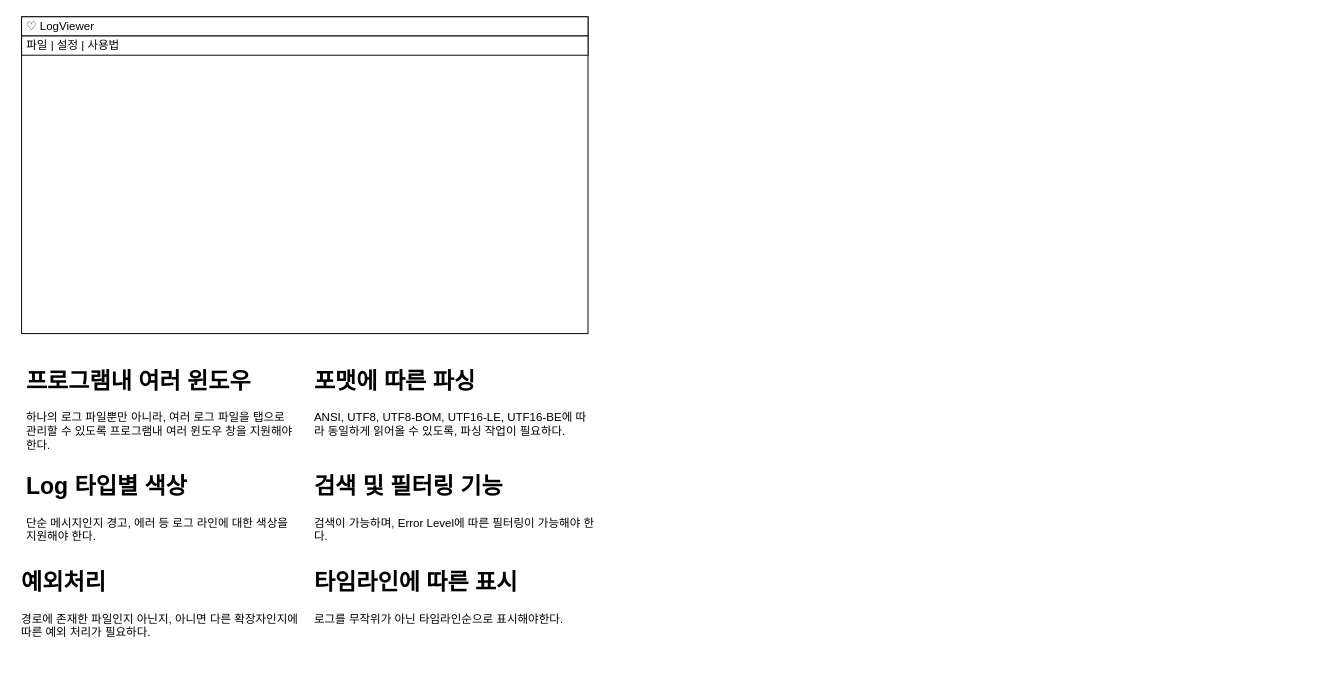
totoreu/WinAPI-Study keeps this draw.io diagram as Log View App.drawio. Above is the earlier version. Source tidied: cells renumbered, new cells numbered last; positions are measured from the earlier drawing's top-left corner, leaving out a move shared by most shapes. Both pictures are drawn from the tidied source at 96%, with x=0, y=0 at pixel (16, 16).
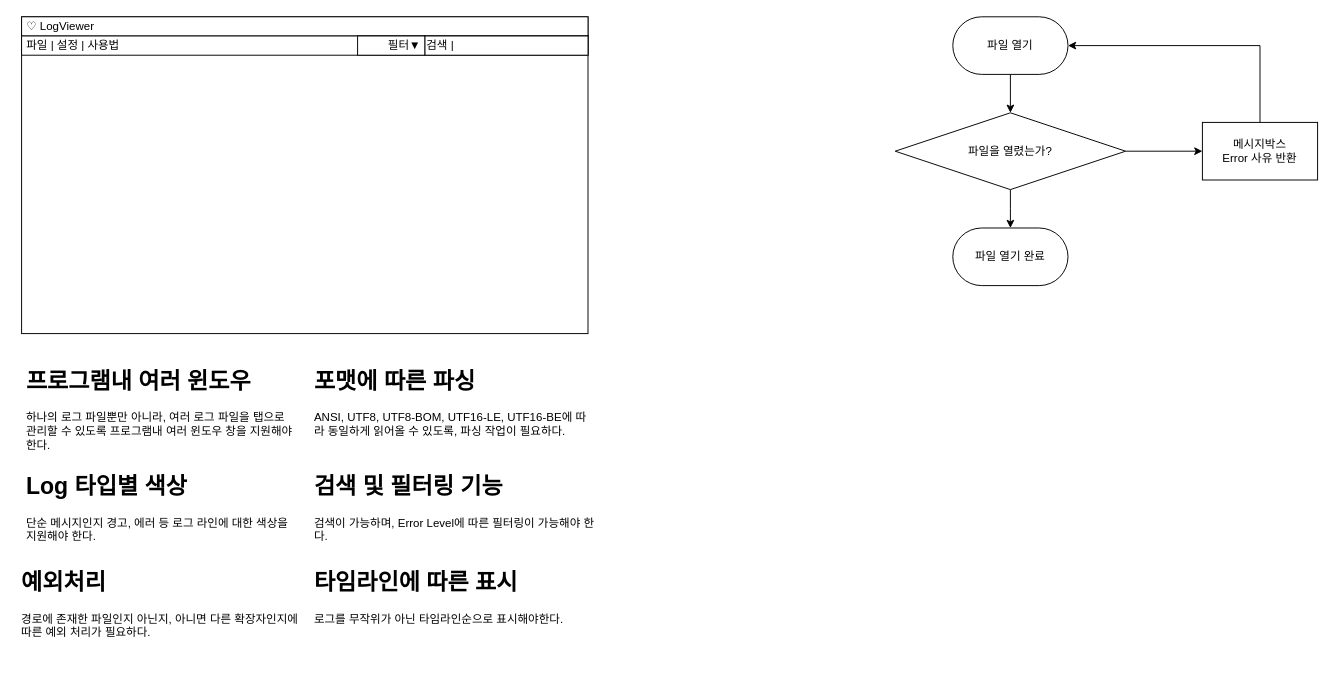
Above is the later version.

What changed in the source:
```diff
@@
+    <mxCell id="11" style="edgeStyle=orthogonalEdgeStyle;rounded=0;jettySize=auto;html=1;entryX=0.5;entryY=0;entryDx=0;entryDy=0;" parent="1" edge="1" source="12" target="15">
+      <mxGeometry relative="1" as="geometry" />
+    </mxCell>
+    <mxCell id="12" value="파일 열기" style="rounded=1;whiteSpace=wrap;html=1;arcSize=50;" parent="1" vertex="1">
+      <mxGeometry x="975" width="120" height="60" as="geometry" />
+    </mxCell>
+    <mxCell id="13" style="edgeStyle=orthogonalEdgeStyle;rounded=0;jettySize=auto;html=1;entryX=0;entryY=0.5;entryDx=0;entryDy=0;" parent="1" edge="1" source="15">
+      <mxGeometry relative="1" as="geometry">
+        <mxPoint x="1235" y="140" as="targetPoint" />
+      </mxGeometry>
+    </mxCell>
+    <mxCell id="14" style="edgeStyle=orthogonalEdgeStyle;rounded=0;jettySize=auto;html=1;" parent="1" edge="1" source="15">
+      <mxGeometry relative="1" as="geometry">
+        <mxPoint x="1035" y="220" as="targetPoint" />
+      </mxGeometry>
+    </mxCell>
+    <mxCell id="15" value="파일을 열렸는가?" style="rhombus;whiteSpace=wrap;html=1;" parent="1" vertex="1">
+      <mxGeometry x="915" y="100" width="240" height="80" as="geometry" />
+    </mxCell>
+    <mxCell id="16" style="edgeStyle=orthogonalEdgeStyle;rounded=0;jettySize=auto;html=1;entryX=1;entryY=0.5;entryDx=0;entryDy=0;exitX=0.5;exitY=0;exitDx=0;exitDy=0;" parent="1" edge="1" source="17" target="12">
+      <mxGeometry relative="1" as="geometry">
+        <Array as="points">
+          <mxPoint x="1295" y="30" />
+        </Array>
+      </mxGeometry>
+    </mxCell>
+    <mxCell id="17" value="메시지박스&lt;br&gt;Error 사유 반환" style="rounded=0;whiteSpace=wrap;html=1;" parent="1" vertex="1">
+      <mxGeometry x="1235" y="110" width="120" height="60" as="geometry" />
+    </mxCell>
+    <mxCell id="18" value="파일 열기 완료" style="rounded=1;whiteSpace=wrap;html=1;arcSize=50;" parent="1" vertex="1">
+      <mxGeometry x="975" y="220" width="120" height="60" as="geometry" />
+    </mxCell>
+    <mxCell id="19" value="검색 |" style="rounded=0;whiteSpace=wrap;html=1;align=left;" parent="1" vertex="1">
+      <mxGeometry x="425" y="20" width="170" height="20" as="geometry" />
+    </mxCell>
+    <mxCell id="20" value="&amp;nbsp; &amp;nbsp; &amp;nbsp; &amp;nbsp; &amp;nbsp;필터▼" style="rounded=0;whiteSpace=wrap;html=1;align=left;" parent="1" vertex="1">
+      <mxGeometry x="355" y="20" width="70" height="20" as="geometry" />
+    </mxCell>
```
